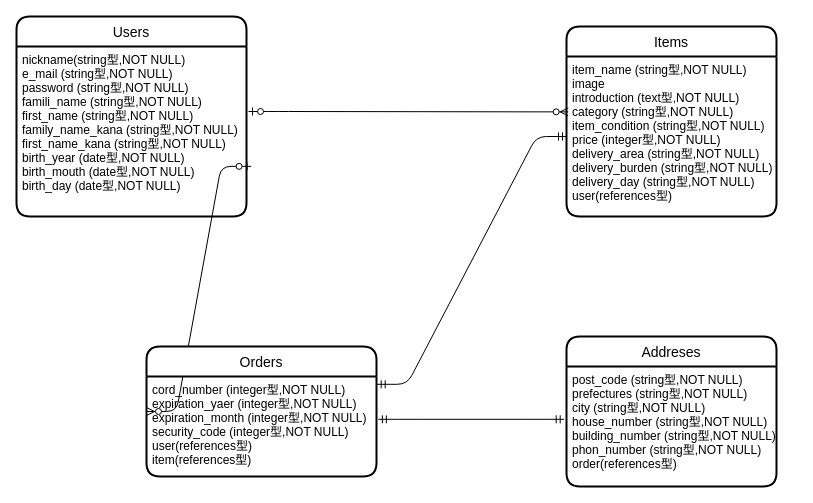
ma2sh0505/furima-31034 keeps this draw.io diagram as test.dio. Above is the earlier version. Source tidied: cells renumbered, new cells numbered last; positions are measured from the earlier drawing's top-left corner, leaving out a move shared by most shapes. Both pictures are drawn from the tidied source at 100%, with x=0, y=0 at pixel (16, 16).
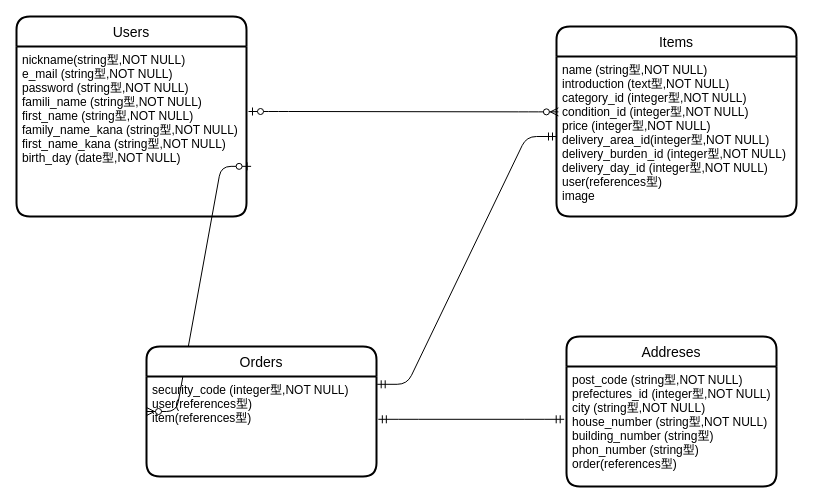
The same diagram, later.

Commit message (it also covers changes not shown here):
ER図.READEME編集1

The edit, as a diff of the source:
```diff
@@
 <mxGraphModel>
   <root>
     <mxCell id="0" />
     <mxCell id="1" parent="0" />
     <mxCell id="2" style="edgeStyle=entityRelationEdgeStyle;fontSize=12;html=1;endArrow=ERzeroToMany;startArrow=ERzeroToOne;entryX=0.008;entryY=0.346;entryDx=0;entryDy=0;entryPerimeter=0;" parent="1" edge="1" target="4">
       <mxGeometry relative="1" as="geometry">
         <mxPoint x="232" y="95" as="sourcePoint" />
       </mxGeometry>
     </mxCell>
-    <mxCell id="3" value="Items" style="swimlane;horizontal=1;startSize=30;rounded=1;fontSize=14;fontStyle=0;strokeWidth=2;shadow=0;dashed=0;align=center;" parent="1" vertex="1">
-      <mxGeometry x="550" y="10" width="210" height="190" as="geometry" />
-    </mxCell>
-    <mxCell id="4" value="item_name (string型,NOT NULL)&#10;image&#10;introduction (text型,NOT NULL)&#10;category (string型,NOT NULL)&#10;item_condition (string型,NOT NULL)&#10;price (integer型,NOT NULL)&#10;delivery_area (string型,NOT NULL)&#10;delivery_burden (string型,NOT NULL)&#10;delivery_day (string型,NOT NULL)&#10;user(references型)&#10;" style="align=left;strokeColor=none;fillColor=none;spacingLeft=4;fontSize=12;verticalAlign=top;" parent="3" vertex="1">
-      <mxGeometry y="30" width="210" height="160" as="geometry" />
-    </mxCell>
     <mxCell id="5" value="Users" style="swimlane;horizontal=1;startSize=30;rounded=1;fontSize=14;fontStyle=0;strokeWidth=2;shadow=0;dashed=0;align=center;" parent="1" vertex="1">
       <mxGeometry width="230" height="200" as="geometry" />
     </mxCell>
-    <mxCell id="6" value="nickname(string型,NOT NULL)&#10;e_mail (string型,NOT NULL)&#10;password (string型,NOT NULL)&#10;famili_name (string型,NOT NULL)&#10;first_name (string型,NOT NULL)&#10;family_name_kana (string型,NOT NULL)&#10;first_name_kana (string型,NOT NULL)&#10;birth_year (date型,NOT NULL)&#10;birth_mouth (date型,NOT NULL)&#10;birth_day (date型,NOT NULL)&#10;" style="align=left;strokeColor=none;fillColor=none;spacingLeft=4;fontSize=12;verticalAlign=top;" parent="5" vertex="1">
+    <mxCell id="6" value="nickname(string型,NOT NULL)&#10;e_mail (string型,NOT NULL)&#10;password (string型,NOT NULL)&#10;famili_name (string型,NOT NULL)&#10;first_name (string型,NOT NULL)&#10;family_name_kana (string型,NOT NULL)&#10;first_name_kana (string型,NOT NULL)&#10;birth_day (date型,NOT NULL)&#10;" style="align=left;strokeColor=none;fillColor=none;spacingLeft=4;fontSize=12;verticalAlign=top;" parent="5" vertex="1">
       <mxGeometry y="30" width="230" height="170" as="geometry" />
     </mxCell>
     <mxCell id="7" style="edgeStyle=entityRelationEdgeStyle;fontSize=12;html=1;endArrow=ERzeroToMany;startArrow=ERzeroToOne;exitX=1.02;exitY=0.705;exitDx=0;exitDy=0;exitPerimeter=0;entryX=0;entryY=0.5;entryDx=0;entryDy=0;" parent="1" edge="1" source="6" target="9">
       <mxGeometry relative="1" as="geometry" />
     </mxCell>
     <mxCell id="8" style="edgeStyle=entityRelationEdgeStyle;fontSize=12;html=1;endArrow=ERmandOne;startArrow=ERmandOne;exitX=1.003;exitY=0.078;exitDx=0;exitDy=0;entryX=0;entryY=0.5;entryDx=0;entryDy=0;exitPerimeter=0;" parent="1" edge="1" source="10" target="4">
       <mxGeometry relative="1" as="geometry" />
     </mxCell>
     <mxCell id="9" value="Orders" style="swimlane;horizontal=1;startSize=30;rounded=1;fontSize=14;fontStyle=0;strokeWidth=2;shadow=0;dashed=0;align=center;" parent="1" vertex="1">
       <mxGeometry x="130" y="330" width="230" height="130" as="geometry" />
     </mxCell>
-    <mxCell id="10" value="cord_number (integer型,NOT NULL)&#10;expiration_yaer (integer型,NOT NULL)&#10;expiration_month (integer型,NOT NULL)&#10;security_code (integer型,NOT NULL)&#10;user(references型)&#10;item(references型)&#10;&#10;" style="align=left;strokeColor=none;fillColor=none;spacingLeft=4;fontSize=12;verticalAlign=top;" parent="9" vertex="1">
+    <mxCell id="10" value="security_code (integer型,NOT NULL)&#10;user(references型)&#10;item(references型)&#10;&#10;" style="align=left;strokeColor=none;fillColor=none;spacingLeft=4;fontSize=12;verticalAlign=top;" parent="9" vertex="1">
       <mxGeometry y="30" width="230" height="100" as="geometry" />
     </mxCell>
     <mxCell id="11" style="edgeStyle=entityRelationEdgeStyle;fontSize=12;html=1;endArrow=ERmandOne;startArrow=ERmandOne;entryX=-0.011;entryY=0.44;entryDx=0;entryDy=0;entryPerimeter=0;exitX=1.008;exitY=0.428;exitDx=0;exitDy=0;exitPerimeter=0;" parent="1" edge="1" source="10" target="13">
       <mxGeometry relative="1" as="geometry" />
     </mxCell>
     <mxCell id="12" value="Addreses" style="swimlane;horizontal=1;startSize=30;rounded=1;fontSize=14;fontStyle=0;strokeWidth=2;shadow=0;dashed=0;align=center;" parent="1" vertex="1">
       <mxGeometry x="550" y="320" width="210" height="150" as="geometry" />
     </mxCell>
-    <mxCell id="13" value="post_code (string型,NOT NULL)&#10;prefectures (string型,NOT NULL)&#10;city (string型,NOT NULL)&#10;house_number (string型,NOT NULL)&#10;building_number (string型,NOT NULL)&#10;phon_number (string型,NOT NULL)&#10;order(references型)" style="align=left;strokeColor=none;fillColor=none;spacingLeft=4;fontSize=12;verticalAlign=top;" parent="12" vertex="1">
+    <mxCell id="13" value="post_code (string型,NOT NULL)&#10;prefectures_id (integer型,NOT NULL)&#10;city (string型,NOT NULL)&#10;house_number (string型,NOT NULL)&#10;building_number (string型)&#10;phon_number (string型)&#10;order(references型)" style="align=left;strokeColor=none;fillColor=none;spacingLeft=4;fontSize=12;verticalAlign=top;" parent="12" vertex="1">
       <mxGeometry y="30" width="210" height="120" as="geometry" />
     </mxCell>
     <mxCell id="14" style="edgeStyle=orthogonalEdgeStyle;rounded=0;orthogonalLoop=1;jettySize=auto;html=1;exitX=0.5;exitY=1;exitDx=0;exitDy=0;" parent="12" edge="1" source="13" target="13">
       <mxGeometry relative="1" as="geometry" />
     </mxCell>
+    <mxCell id="3" value="Items" style="swimlane;horizontal=1;startSize=30;rounded=1;fontSize=14;fontStyle=0;strokeWidth=2;shadow=0;dashed=0;align=center;" parent="1" vertex="1">
+      <mxGeometry x="540" y="10" width="240" height="190" as="geometry" />
+    </mxCell>
+    <mxCell id="4" value="name (string型,NOT NULL)&#10;introduction (text型,NOT NULL)&#10;category_id (integer型,NOT NULL)&#10;condition_id (integer型,NOT NULL)&#10;price (integer型,NOT NULL)&#10;delivery_area_id(integer型,NOT NULL)&#10;delivery_burden_id (integer型,NOT NULL)&#10;delivery_day_id (integer型,NOT NULL)&#10;user(references型)&#10;image" style="align=left;strokeColor=none;fillColor=none;spacingLeft=4;fontSize=12;verticalAlign=top;" parent="3" vertex="1">
+      <mxGeometry y="30" width="240" height="160" as="geometry" />
+    </mxCell>
   </root>
 </mxGraphModel>
```
